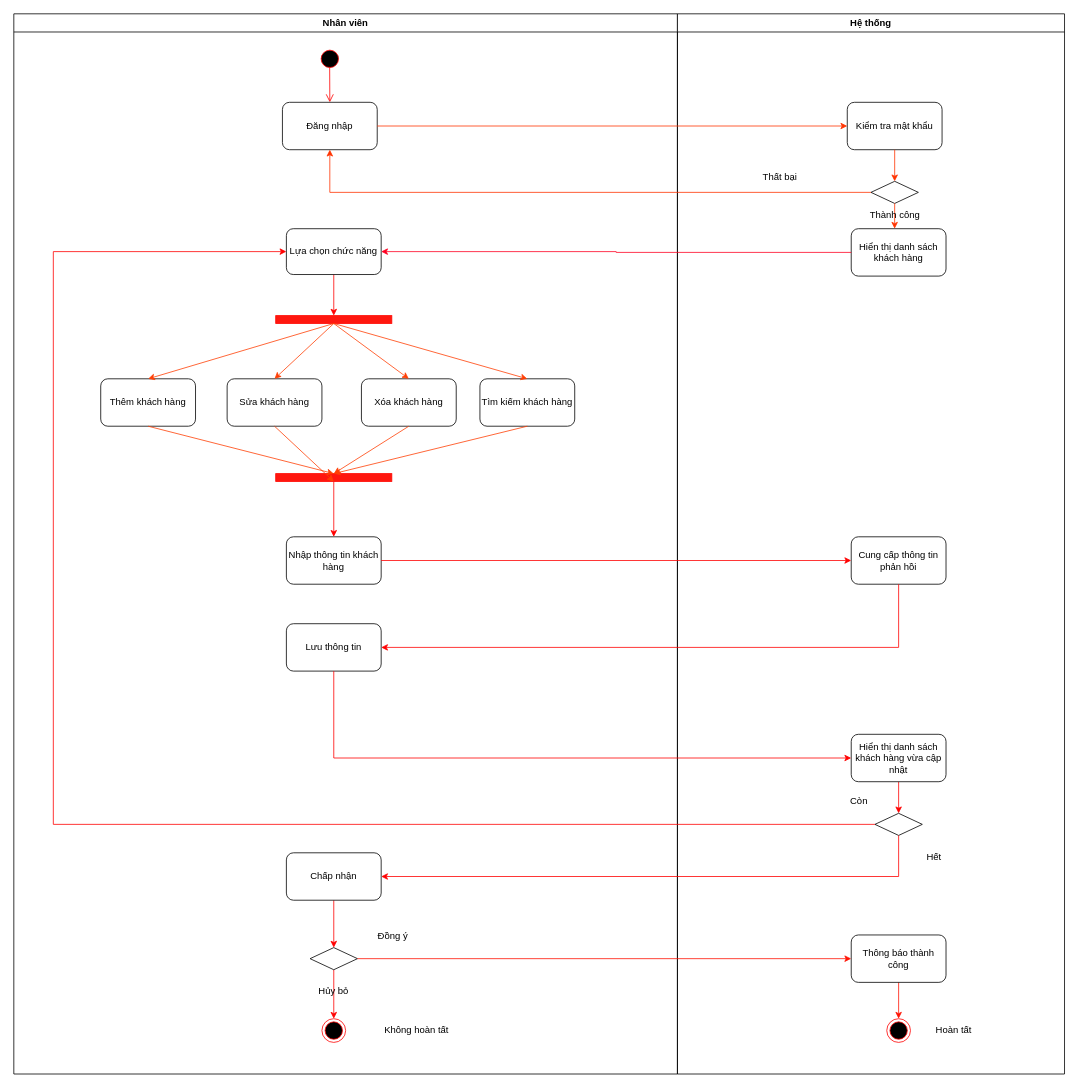
Above: .mvn/wrapper/Biểu đồ quan ly khach.drawio in LiLLy3172005/HUYNHLUULY- (draw.io), before the change. Source tidied: cells renumbered, new cells numbered last; positions are measured from the earlier drawing's top-left corner, leaving out a move shared by most shapes. Both pictures are drawn from the tidied source at 79%, with x=0, y=0 at pixel (13, 13).
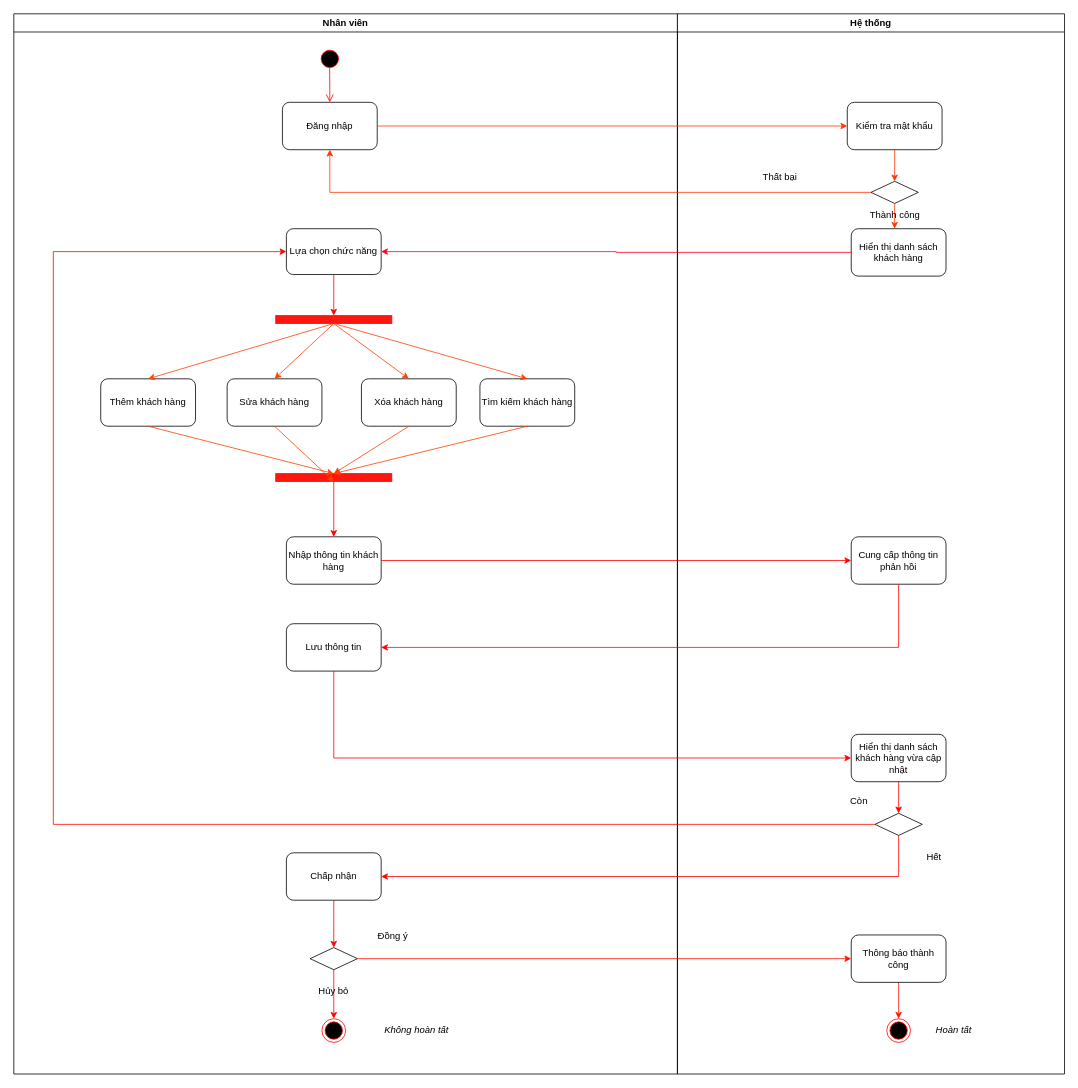
The same page after the edit.

Commit message (it also covers changes not shown here):
Cập nhật Biểu đồ quan ly khach.drawio

Unchanged cells that the change refers to:
```xml
<mxCell id="2" value="Nhân viên" style="swimlane;whiteSpace=wrap;" parent="1" vertex="1">
  <mxGeometry width="840" height="1342" as="geometry" />
</mxCell>
<mxCell id="33" value="Hệ thống" style="swimlane;whiteSpace=wrap;" parent="1" vertex="1">
  <mxGeometry x="840" width="490" height="1342" as="geometry" />
</mxCell>
```

Diff of the diagram source:
```diff
@@
-    <mxCell id="32" value="Không hoàn tất" style="text;html=1;align=center;verticalAlign=middle;whiteSpace=wrap;rounded=0;" parent="2" vertex="1">
+    <mxCell id="32" value="Không hoàn tất" style="text;html=1;align=center;verticalAlign=middle;whiteSpace=wrap;rounded=0;fontStyle=2;" parent="2" vertex="1">
       <mxGeometry x="460" y="1272" width="100" height="30" as="geometry" />
     </mxCell>
@@
-    <mxCell id="48" value="Hoàn tất" style="text;html=1;align=center;verticalAlign=middle;whiteSpace=wrap;rounded=0;" parent="33" vertex="1">
+    <mxCell id="48" value="Hoàn tất" style="text;html=1;align=center;verticalAlign=middle;whiteSpace=wrap;rounded=0;fontStyle=2;" parent="33" vertex="1">
       <mxGeometry x="320" y="1272" width="60" height="30" as="geometry" />
     </mxCell>
```
